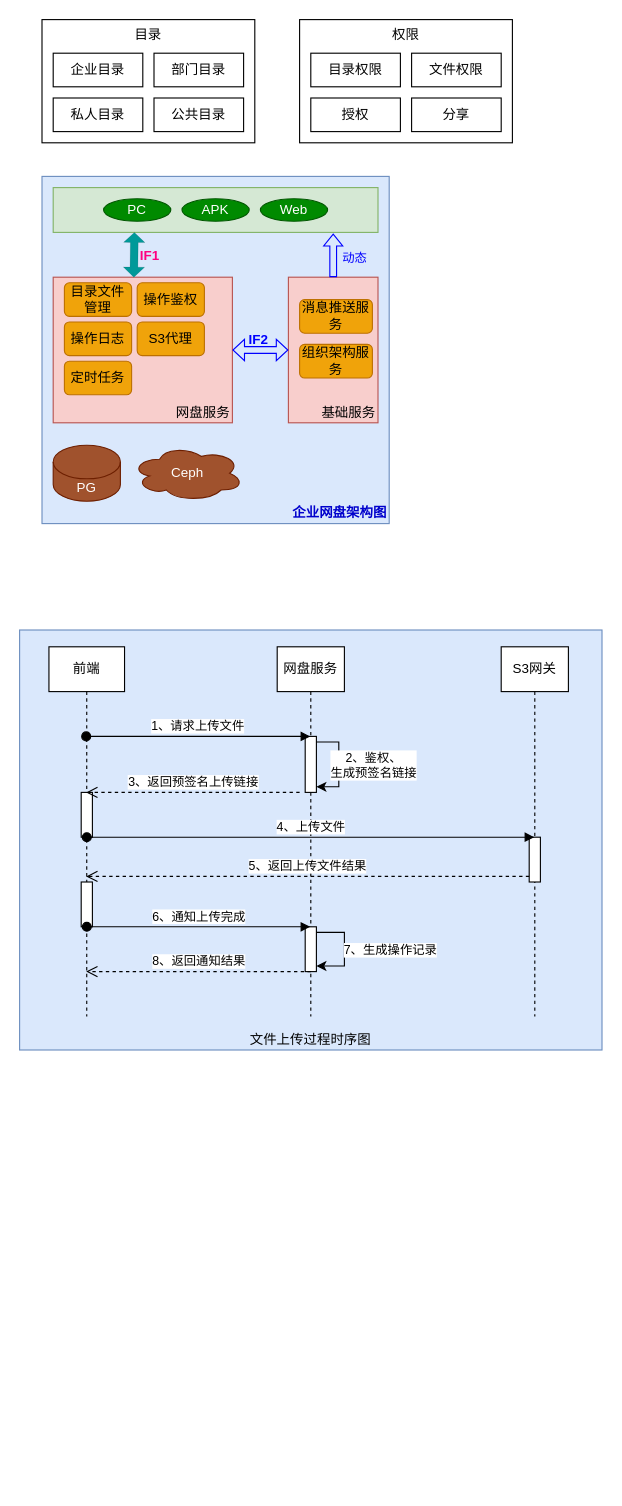
Before: page "企业网盘" (4 of 4) of StreamOA架构设计.drawio in zebra-min/my-design, a draw.io diagram. Source tidied: cells renumbered, new cells numbered last; positions are measured from the earlier drawing's top-left corner, leaving out a move shared by most shapes. Both pictures are drawn from the tidied source at 112%, with x=0, y=0 at pixel (19, 19).
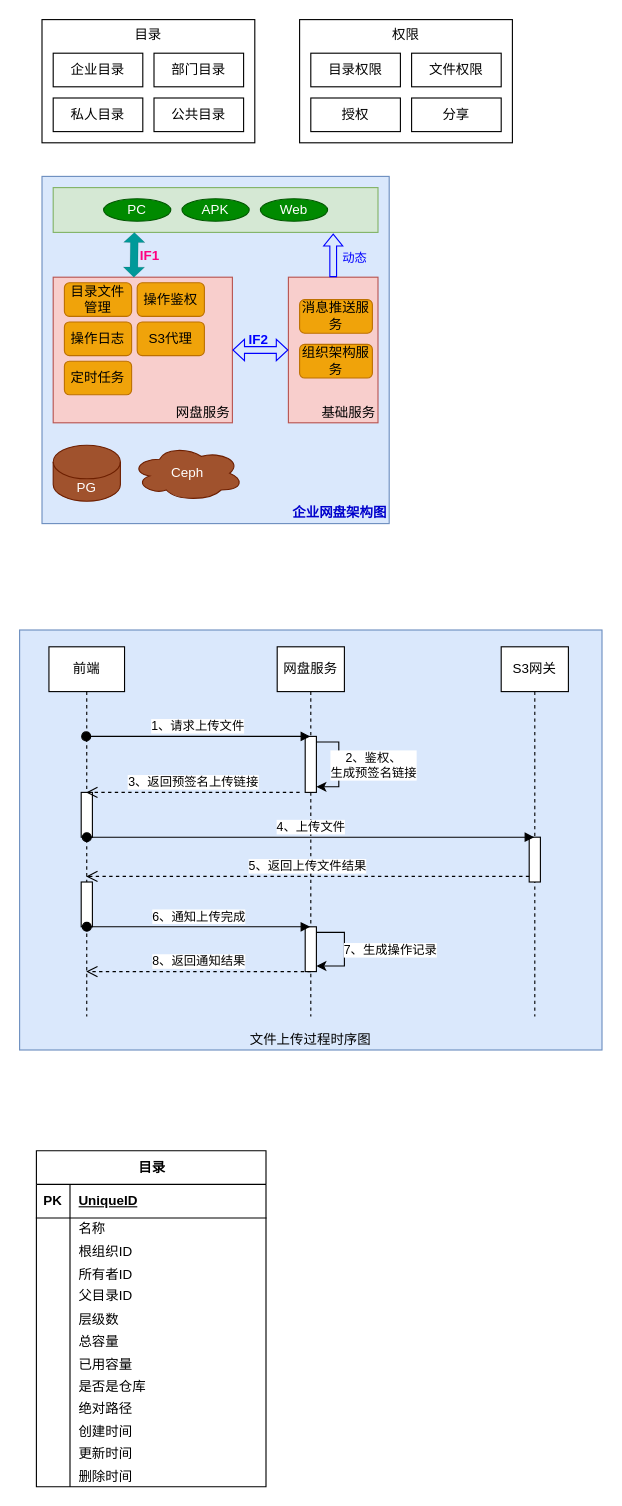
The same diagram, later.

Commit message:
更新StreamOA架构设计.drawio

Diff of the diagram source:
```diff
@@
+    <mxCell id="53" value="目录" style="shape=table;startSize=30;childLayout=tableLayout;rowLines=0;fontStyle=1;align=center;html=1;" parent="1" vertex="1">
+      <mxGeometry x="15" y="1010" width="205" height="300" as="geometry" />
+    </mxCell>
+    <mxCell id="54" style="shape=tableRow;horizontal=0;startSize=0;swimlaneHead=0;swimlaneBody=0;fillColor=none;top=0;left=0;right=0;bottom=1;" parent="53" vertex="1">
+      <mxGeometry y="30" width="205" height="30" as="geometry" />
+    </mxCell>
+    <mxCell id="55" value="PK" style="shape=partialRectangle;fillColor=none;top=0;left=0;bottom=0;right=0;fontStyle=1;overflow=hidden;whiteSpace=wrap;html=1;" parent="54" vertex="1">
+      <mxGeometry width="30" height="30" as="geometry" />
+    </mxCell>
+    <mxCell id="56" value="UniqueID" style="shape=partialRectangle;fillColor=none;top=0;left=0;bottom=0;right=0;align=left;spacingLeft=6;fontStyle=5;overflow=hidden;whiteSpace=wrap;html=1;" parent="54" vertex="1">
+      <mxGeometry x="30" width="175" height="30" as="geometry" />
+    </mxCell>
+    <mxCell id="57" style="shape=tableRow;horizontal=0;startSize=0;swimlaneHead=0;swimlaneBody=0;fillColor=none;top=0;left=0;right=0;bottom=0;" parent="53" vertex="1">
+      <mxGeometry y="60" width="205" height="20" as="geometry" />
+    </mxCell>
+    <mxCell id="58" style="shape=partialRectangle;fillColor=none;top=0;left=0;bottom=0;right=0;overflow=hidden;whiteSpace=wrap;html=1;" parent="57" vertex="1">
+      <mxGeometry width="30" height="20" as="geometry" />
+    </mxCell>
+    <mxCell id="59" value="名称" style="shape=partialRectangle;fillColor=none;top=0;left=0;bottom=0;right=0;align=left;spacingLeft=6;overflow=hidden;whiteSpace=wrap;html=1;" parent="57" vertex="1">
+      <mxGeometry x="30" width="175" height="20" as="geometry" />
+    </mxCell>
+    <mxCell id="60" style="shape=tableRow;horizontal=0;startSize=0;swimlaneHead=0;swimlaneBody=0;fillColor=none;top=0;left=0;right=0;bottom=0;" parent="53" vertex="1">
+      <mxGeometry y="80" width="205" height="20" as="geometry" />
+    </mxCell>
+    <mxCell id="61" style="shape=partialRectangle;fillColor=none;top=0;left=0;bottom=0;right=0;overflow=hidden;whiteSpace=wrap;html=1;" parent="60" vertex="1">
+      <mxGeometry width="30" height="20" as="geometry" />
+    </mxCell>
+    <mxCell id="62" value="根组织ID" style="shape=partialRectangle;fillColor=none;top=0;left=0;bottom=0;right=0;align=left;spacingLeft=6;overflow=hidden;whiteSpace=wrap;html=1;" parent="60" vertex="1">
+      <mxGeometry x="30" width="175" height="20" as="geometry" />
+    </mxCell>
+    <mxCell id="63" style="shape=tableRow;horizontal=0;startSize=0;swimlaneHead=0;swimlaneBody=0;fillColor=none;top=0;left=0;right=0;bottom=0;" parent="53" vertex="1">
+      <mxGeometry y="100" width="205" height="20" as="geometry" />
+    </mxCell>
+    <mxCell id="64" style="shape=partialRectangle;fillColor=none;top=0;left=0;bottom=0;right=0;overflow=hidden;" parent="63" vertex="1">
+      <mxGeometry width="30" height="20" as="geometry" />
+    </mxCell>
+    <mxCell id="65" value="所有者ID" style="shape=partialRectangle;fillColor=none;top=0;left=0;bottom=0;right=0;align=left;spacingLeft=6;overflow=hidden;" parent="63" vertex="1">
+      <mxGeometry x="30" width="175" height="20" as="geometry" />
+    </mxCell>
+    <mxCell id="66" style="shape=tableRow;horizontal=0;startSize=0;swimlaneHead=0;swimlaneBody=0;fillColor=none;top=0;left=0;right=0;bottom=0;" parent="53" vertex="1">
+      <mxGeometry y="120" width="205" height="20" as="geometry" />
+    </mxCell>
+    <mxCell id="67" style="shape=partialRectangle;fillColor=none;top=0;left=0;bottom=0;right=0;overflow=hidden;whiteSpace=wrap;html=1;" parent="66" vertex="1">
+      <mxGeometry width="30" height="20" as="geometry" />
+    </mxCell>
+    <mxCell id="68" value="父目录ID" style="shape=partialRectangle;fillColor=none;top=0;left=0;bottom=0;right=0;align=left;spacingLeft=6;overflow=hidden;whiteSpace=wrap;html=1;" parent="66" vertex="1">
+      <mxGeometry x="30" width="175" height="20" as="geometry" />
+    </mxCell>
+    <mxCell id="69" style="shape=tableRow;horizontal=0;startSize=0;swimlaneHead=0;swimlaneBody=0;fillColor=none;top=0;left=0;right=0;bottom=0;" parent="53" vertex="1">
+      <mxGeometry y="140" width="205" height="20" as="geometry" />
+    </mxCell>
+    <mxCell id="70" style="shape=partialRectangle;fillColor=none;top=0;left=0;bottom=0;right=0;overflow=hidden;" parent="69" vertex="1">
+      <mxGeometry width="30" height="20" as="geometry" />
+    </mxCell>
+    <mxCell id="71" value="层级数" style="shape=partialRectangle;fillColor=none;top=0;left=0;bottom=0;right=0;align=left;spacingLeft=6;overflow=hidden;" parent="69" vertex="1">
+      <mxGeometry x="30" width="175" height="20" as="geometry" />
+    </mxCell>
+    <mxCell id="72" style="shape=tableRow;horizontal=0;startSize=0;swimlaneHead=0;swimlaneBody=0;fillColor=none;top=0;left=0;right=0;bottom=0;" parent="53" vertex="1">
+      <mxGeometry y="160" width="205" height="20" as="geometry" />
+    </mxCell>
+    <mxCell id="73" style="shape=partialRectangle;fillColor=none;top=0;left=0;bottom=0;right=0;overflow=hidden;" parent="72" vertex="1">
+      <mxGeometry width="30" height="20" as="geometry" />
+    </mxCell>
+    <mxCell id="74" value="总容量" style="shape=partialRectangle;fillColor=none;top=0;left=0;bottom=0;right=0;align=left;spacingLeft=6;overflow=hidden;" parent="72" vertex="1">
+      <mxGeometry x="30" width="175" height="20" as="geometry" />
+    </mxCell>
+    <mxCell id="75" style="shape=tableRow;horizontal=0;startSize=0;swimlaneHead=0;swimlaneBody=0;fillColor=none;top=0;left=0;right=0;bottom=0;" parent="53" vertex="1">
+      <mxGeometry y="180" width="205" height="20" as="geometry" />
+    </mxCell>
+    <mxCell id="76" style="shape=partialRectangle;fillColor=none;top=0;left=0;bottom=0;right=0;overflow=hidden;" parent="75" vertex="1">
+      <mxGeometry width="30" height="20" as="geometry" />
+    </mxCell>
+    <mxCell id="77" value="已用容量" style="shape=partialRectangle;fillColor=none;top=0;left=0;bottom=0;right=0;align=left;spacingLeft=6;overflow=hidden;" parent="75" vertex="1">
+      <mxGeometry x="30" width="175" height="20" as="geometry" />
+    </mxCell>
+    <mxCell id="78" style="shape=tableRow;horizontal=0;startSize=0;swimlaneHead=0;swimlaneBody=0;fillColor=none;top=0;left=0;right=0;bottom=0;" parent="53" vertex="1">
+      <mxGeometry y="200" width="205" height="20" as="geometry" />
+    </mxCell>
+    <mxCell id="79" style="shape=partialRectangle;fillColor=none;top=0;left=0;bottom=0;right=0;overflow=hidden;" parent="78" vertex="1">
+      <mxGeometry width="30" height="20" as="geometry" />
+    </mxCell>
+    <mxCell id="80" value="是否是仓库" style="shape=partialRectangle;fillColor=none;top=0;left=0;bottom=0;right=0;align=left;spacingLeft=6;overflow=hidden;" parent="78" vertex="1">
+      <mxGeometry x="30" width="175" height="20" as="geometry" />
+    </mxCell>
+    <mxCell id="81" style="shape=tableRow;horizontal=0;startSize=0;swimlaneHead=0;swimlaneBody=0;fillColor=none;top=0;left=0;right=0;bottom=0;" parent="53" vertex="1">
+      <mxGeometry y="220" width="205" height="20" as="geometry" />
+    </mxCell>
+    <mxCell id="82" style="shape=partialRectangle;fillColor=none;top=0;left=0;bottom=0;right=0;overflow=hidden;" parent="81" vertex="1">
+      <mxGeometry width="30" height="20" as="geometry" />
+    </mxCell>
+    <mxCell id="83" value="绝对路径" style="shape=partialRectangle;fillColor=none;top=0;left=0;bottom=0;right=0;align=left;spacingLeft=6;overflow=hidden;" parent="81" vertex="1">
+      <mxGeometry x="30" width="175" height="20" as="geometry" />
+    </mxCell>
+    <mxCell id="84" style="shape=tableRow;horizontal=0;startSize=0;swimlaneHead=0;swimlaneBody=0;fillColor=none;top=0;left=0;right=0;bottom=0;" parent="53" vertex="1">
+      <mxGeometry y="240" width="205" height="20" as="geometry" />
+    </mxCell>
+    <mxCell id="85" style="shape=partialRectangle;fillColor=none;top=0;left=0;bottom=0;right=0;overflow=hidden;" parent="84" vertex="1">
+      <mxGeometry width="30" height="20" as="geometry" />
+    </mxCell>
+    <mxCell id="86" value="创建时间" style="shape=partialRectangle;fillColor=none;top=0;left=0;bottom=0;right=0;align=left;spacingLeft=6;overflow=hidden;" parent="84" vertex="1">
+      <mxGeometry x="30" width="175" height="20" as="geometry" />
+    </mxCell>
+    <mxCell id="87" style="shape=tableRow;horizontal=0;startSize=0;swimlaneHead=0;swimlaneBody=0;fillColor=none;top=0;left=0;right=0;bottom=0;" parent="53" vertex="1">
+      <mxGeometry y="260" width="205" height="20" as="geometry" />
+    </mxCell>
+    <mxCell id="88" style="shape=partialRectangle;fillColor=none;top=0;left=0;bottom=0;right=0;overflow=hidden;" parent="87" vertex="1">
+      <mxGeometry width="30" height="20" as="geometry" />
+    </mxCell>
+    <mxCell id="89" value="更新时间" style="shape=partialRectangle;fillColor=none;top=0;left=0;bottom=0;right=0;align=left;spacingLeft=6;overflow=hidden;" parent="87" vertex="1">
+      <mxGeometry x="30" width="175" height="20" as="geometry" />
+    </mxCell>
+    <mxCell id="90" style="shape=tableRow;horizontal=0;startSize=0;swimlaneHead=0;swimlaneBody=0;fillColor=none;top=0;left=0;right=0;bottom=0;" parent="53" vertex="1">
+      <mxGeometry y="280" width="205" height="20" as="geometry" />
+    </mxCell>
+    <mxCell id="91" style="shape=partialRectangle;fillColor=none;top=0;left=0;bottom=0;right=0;overflow=hidden;" parent="90" vertex="1">
+      <mxGeometry width="30" height="20" as="geometry" />
+    </mxCell>
+    <mxCell id="92" value="删除时间" style="shape=partialRectangle;fillColor=none;top=0;left=0;bottom=0;right=0;align=left;spacingLeft=6;overflow=hidden;" parent="90" vertex="1">
+      <mxGeometry x="30" width="175" height="20" as="geometry" />
+    </mxCell>
```
